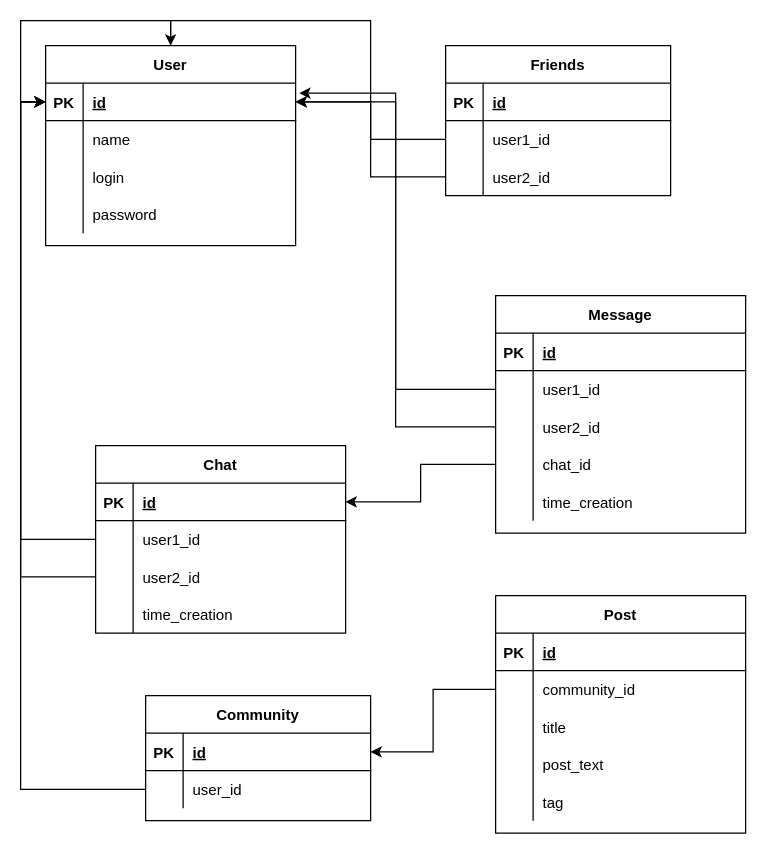
Above: Диаграмма без названия.drawio in Barashek-1507/SRDandA (draw.io), before the change. Source tidied: cells renumbered, new cells numbered last; positions are measured from the earlier drawing's top-left corner, leaving out a move shared by most shapes. Both pictures are drawn from the tidied source at 125%, with x=0, y=0 at pixel (45, 45).
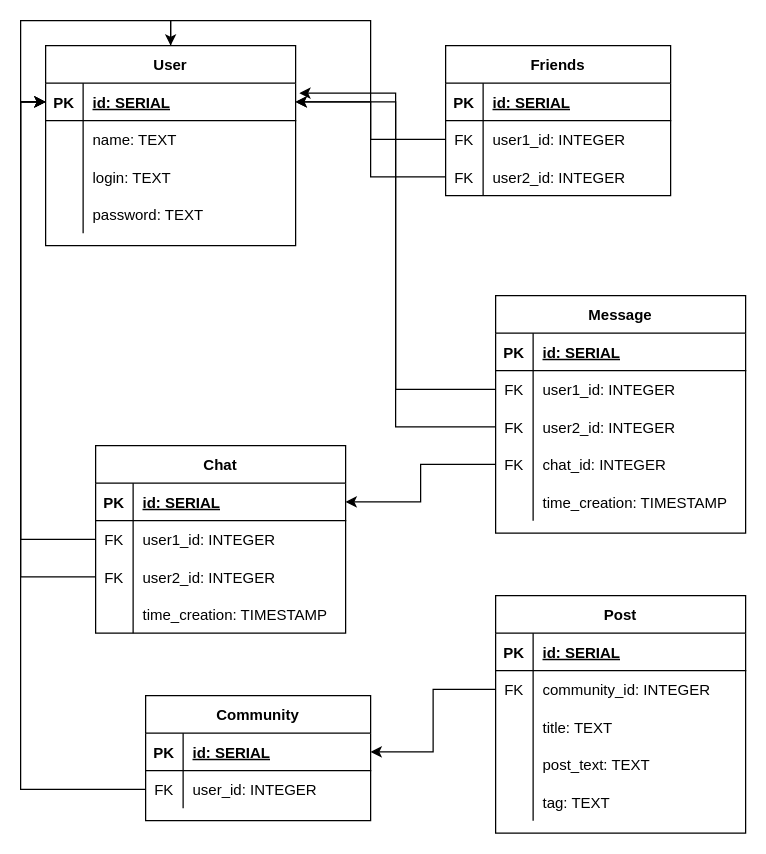
The same page after the edit.

Unchanged cells that the change refers to:
```xml
<mxCell id="3" style="shape=partialRectangle;fillColor=none;top=0;left=0;bottom=1;right=0;" parent="2" vertex="1">
  <mxGeometry y="30" width="200" height="30" as="geometry" />
</mxCell>
<mxCell id="6" style="shape=partialRectangle;fillColor=none;top=0;left=0;bottom=0;right=0;points=[[0,0.5],[1,0.5]];portConstraint=eastwest;" parent="2" vertex="1">
  <mxGeometry y="60" width="200" height="30" as="geometry" />
</mxCell>
<mxCell id="9" style="shape=partialRectangle;fillColor=none;top=0;left=0;bottom=0;right=0;points=[[0,0.5],[1,0.5]];portConstraint=eastwest;" parent="2" vertex="1">
  <mxGeometry y="90" width="200" height="30" as="geometry" />
</mxCell>
<mxCell id="12" style="shape=partialRectangle;fillColor=none;top=0;left=0;bottom=0;right=0;points=[[0,0.5],[1,0.5]];portConstraint=eastwest;" parent="2" vertex="1">
  <mxGeometry y="120" width="200" height="30" as="geometry" />
</mxCell>
<mxCell id="15" style="shape=partialRectangle;fillColor=none;top=0;left=0;bottom=0;right=0;" parent="2" vertex="1">
  <mxGeometry y="150" width="200" height="30" as="geometry" />
</mxCell>
<mxCell id="19" style="shape=partialRectangle;fillColor=none;top=0;left=0;bottom=1;right=0;" parent="18" vertex="1">
  <mxGeometry y="30" width="180" height="30" as="geometry" />
</mxCell>
<mxCell id="22" style="shape=partialRectangle;fillColor=none;top=0;left=0;bottom=0;right=0;points=[[0,0.5],[1,0.5]];portConstraint=eastwest;" parent="18" vertex="1">
  <mxGeometry y="60" width="180" height="30" as="geometry" />
</mxCell>
<mxCell id="25" style="shape=partialRectangle;fillColor=none;top=0;left=0;bottom=0;right=0;points=[[0,0.5],[1,0.5]];portConstraint=eastwest;" parent="18" vertex="1">
  <mxGeometry y="90" width="180" height="30" as="geometry" />
</mxCell>
<mxCell id="32" style="shape=partialRectangle;fillColor=none;top=0;left=0;bottom=1;right=0;points=[[0,0.5],[1,0.5]];portConstraint=eastwest;" parent="31" vertex="1">
  <mxGeometry y="30" width="200" height="30" as="geometry" />
</mxCell>
<mxCell id="35" style="shape=partialRectangle;fillColor=none;top=0;left=0;bottom=0;right=0;points=[[0,0.5],[1,0.5]];portConstraint=eastwest;" parent="31" vertex="1">
  <mxGeometry y="60" width="200" height="30" as="geometry" />
</mxCell>
<mxCell id="38" style="shape=partialRectangle;fillColor=none;top=0;left=0;bottom=0;right=0;points=[[0,0.5],[1,0.5]];portConstraint=eastwest;" parent="31" vertex="1">
  <mxGeometry y="90" width="200" height="30" as="geometry" />
</mxCell>
<mxCell id="41" style="shape=partialRectangle;fillColor=none;top=0;left=0;bottom=0;right=0;" parent="31" vertex="1">
  <mxGeometry y="120" width="200" height="30" as="geometry" />
</mxCell>
<mxCell id="47" style="shape=partialRectangle;fillColor=none;top=0;left=0;bottom=1;right=0;points=[[0,0.5],[1,0.5]];portConstraint=eastwest;" parent="46" vertex="1">
  <mxGeometry y="30" width="200" height="30" as="geometry" />
</mxCell>
<mxCell id="50" style="shape=partialRectangle;fillColor=none;top=0;left=0;bottom=0;right=0;" parent="46" vertex="1">
  <mxGeometry y="60" width="200" height="30" as="geometry" />
</mxCell>
<mxCell id="53" style="shape=partialRectangle;fillColor=none;top=0;left=0;bottom=0;right=0;" parent="46" vertex="1">
  <mxGeometry y="90" width="200" height="30" as="geometry" />
</mxCell>
<mxCell id="56" style="shape=partialRectangle;fillColor=none;top=0;left=0;bottom=0;right=0;" parent="46" vertex="1">
  <mxGeometry y="120" width="200" height="30" as="geometry" />
</mxCell>
<mxCell id="63" style="shape=partialRectangle;fillColor=none;top=0;left=0;bottom=1;right=0;" parent="62" vertex="1">
  <mxGeometry y="30" width="200" height="30" as="geometry" />
</mxCell>
<mxCell id="66" style="shape=partialRectangle;fillColor=none;top=0;left=0;bottom=0;right=0;points=[[0,0.5],[1,0.5]];portConstraint=eastwest;" parent="62" vertex="1">
  <mxGeometry y="60" width="200" height="30" as="geometry" />
</mxCell>
<mxCell id="69" style="shape=partialRectangle;fillColor=none;top=0;left=0;bottom=0;right=0;" parent="62" vertex="1">
  <mxGeometry y="90" width="200" height="30" as="geometry" />
</mxCell>
<mxCell id="72" style="shape=partialRectangle;fillColor=none;top=0;left=0;bottom=0;right=0;" parent="62" vertex="1">
  <mxGeometry y="120" width="200" height="30" as="geometry" />
</mxCell>
<mxCell id="75" style="shape=partialRectangle;fillColor=none;top=0;left=0;bottom=0;right=0;" parent="62" vertex="1">
  <mxGeometry y="150" width="200" height="30" as="geometry" />
</mxCell>
<mxCell id="79" style="shape=partialRectangle;fillColor=none;top=0;left=0;bottom=1;right=0;points=[[0,0.5],[1,0.5]];portConstraint=eastwest;" parent="78" vertex="1">
  <mxGeometry y="30" width="180" height="30" as="geometry" />
</mxCell>
<mxCell id="82" style="shape=partialRectangle;fillColor=none;top=0;left=0;bottom=0;right=0;points=[[0,0.5],[1,0.5]];portConstraint=eastwest;" parent="78" vertex="1">
  <mxGeometry y="60" width="180" height="30" as="geometry" />
</mxCell>
```

Diff of the diagram source:
```diff
@@
-    <mxCell id="5" value="id" style="shape=partialRectangle;fillColor=none;top=0;left=0;bottom=0;right=0;align=left;spacingLeft=6;fontStyle=5;overflow=hidden;" parent="3" vertex="1">
+    <mxCell id="5" value="id: SERIAL" style="shape=partialRectangle;fillColor=none;top=0;left=0;bottom=0;right=0;align=left;spacingLeft=6;fontStyle=5;overflow=hidden;" parent="3" vertex="1">
       <mxGeometry x="30" width="170" height="30" as="geometry" />
     </mxCell>
@@
-    <mxCell id="7" style="shape=partialRectangle;fillColor=none;top=0;left=0;bottom=0;right=0;overflow=hidden;" parent="6" vertex="1">
+    <mxCell id="7" value="FK" style="shape=partialRectangle;fillColor=none;top=0;left=0;bottom=0;right=0;overflow=hidden;" parent="6" vertex="1">
       <mxGeometry width="30" height="30" as="geometry" />
     </mxCell>
-    <mxCell id="8" value="user1_id" style="shape=partialRectangle;fillColor=none;top=0;left=0;bottom=0;right=0;align=left;spacingLeft=6;overflow=hidden;" parent="6" vertex="1">
+    <mxCell id="8" value="user1_id: INTEGER" style="shape=partialRectangle;fillColor=none;top=0;left=0;bottom=0;right=0;align=left;spacingLeft=6;overflow=hidden;" parent="6" vertex="1">
       <mxGeometry x="30" width="170" height="30" as="geometry" />
     </mxCell>
@@
-    <mxCell id="10" style="shape=partialRectangle;fillColor=none;top=0;left=0;bottom=0;right=0;overflow=hidden;" parent="9" vertex="1">
+    <mxCell id="10" value="FK" style="shape=partialRectangle;fillColor=none;top=0;left=0;bottom=0;right=0;overflow=hidden;" parent="9" vertex="1">
       <mxGeometry width="30" height="30" as="geometry" />
     </mxCell>
-    <mxCell id="11" value="user2_id" style="shape=partialRectangle;fillColor=none;top=0;left=0;bottom=0;right=0;align=left;spacingLeft=6;overflow=hidden;" parent="9" vertex="1">
+    <mxCell id="11" value="user2_id: INTEGER" style="shape=partialRectangle;fillColor=none;top=0;left=0;bottom=0;right=0;align=left;spacingLeft=6;overflow=hidden;" parent="9" vertex="1">
       <mxGeometry x="30" width="170" height="30" as="geometry" />
     </mxCell>
@@
-    <mxCell id="13" style="shape=partialRectangle;fillColor=none;top=0;left=0;bottom=0;right=0;overflow=hidden;" parent="12" vertex="1">
+    <mxCell id="13" value="FK" style="shape=partialRectangle;fillColor=none;top=0;left=0;bottom=0;right=0;overflow=hidden;" parent="12" vertex="1">
       <mxGeometry width="30" height="30" as="geometry" />
     </mxCell>
-    <mxCell id="14" value="chat_id" style="shape=partialRectangle;fillColor=none;top=0;left=0;bottom=0;right=0;align=left;spacingLeft=6;overflow=hidden;" parent="12" vertex="1">
+    <mxCell id="14" value="chat_id: INTEGER" style="shape=partialRectangle;fillColor=none;top=0;left=0;bottom=0;right=0;align=left;spacingLeft=6;overflow=hidden;" parent="12" vertex="1">
       <mxGeometry x="30" width="170" height="30" as="geometry" />
     </mxCell>
@@
-    <mxCell id="17" value="time_creation" style="shape=partialRectangle;fillColor=none;top=0;left=0;bottom=0;right=0;align=left;spacingLeft=6;overflow=hidden;" parent="15" vertex="1">
+    <mxCell id="17" value="time_creation: TIMESTAMP" style="shape=partialRectangle;fillColor=none;top=0;left=0;bottom=0;right=0;align=left;spacingLeft=6;overflow=hidden;" parent="15" vertex="1">
       <mxGeometry x="30" width="170" height="30" as="geometry" />
     </mxCell>
@@
-    <mxCell id="21" value="id" style="shape=partialRectangle;fillColor=none;top=0;left=0;bottom=0;right=0;align=left;spacingLeft=6;fontStyle=5;overflow=hidden;" parent="19" vertex="1">
+    <mxCell id="21" value="id: SERIAL" style="shape=partialRectangle;fillColor=none;top=0;left=0;bottom=0;right=0;align=left;spacingLeft=6;fontStyle=5;overflow=hidden;" parent="19" vertex="1">
       <mxGeometry x="30" width="150" height="30" as="geometry" />
     </mxCell>
@@
-    <mxCell id="23" style="shape=partialRectangle;fillColor=none;top=0;left=0;bottom=0;right=0;overflow=hidden;" parent="22" vertex="1">
+    <mxCell id="23" value="FK" style="shape=partialRectangle;fillColor=none;top=0;left=0;bottom=0;right=0;overflow=hidden;" parent="22" vertex="1">
       <mxGeometry width="30" height="30" as="geometry" />
     </mxCell>
-    <mxCell id="24" value="user1_id" style="shape=partialRectangle;fillColor=none;top=0;left=0;bottom=0;right=0;align=left;spacingLeft=6;overflow=hidden;" parent="22" vertex="1">
+    <mxCell id="24" value="user1_id: INTEGER" style="shape=partialRectangle;fillColor=none;top=0;left=0;bottom=0;right=0;align=left;spacingLeft=6;overflow=hidden;" parent="22" vertex="1">
       <mxGeometry x="30" width="150" height="30" as="geometry" />
     </mxCell>
@@
-    <mxCell id="26" style="shape=partialRectangle;fillColor=none;top=0;left=0;bottom=0;right=0;overflow=hidden;" parent="25" vertex="1">
+    <mxCell id="26" value="FK" style="shape=partialRectangle;fillColor=none;top=0;left=0;bottom=0;right=0;overflow=hidden;" parent="25" vertex="1">
       <mxGeometry width="30" height="30" as="geometry" />
     </mxCell>
-    <mxCell id="27" value="user2_id" style="shape=partialRectangle;fillColor=none;top=0;left=0;bottom=0;right=0;align=left;spacingLeft=6;overflow=hidden;" parent="25" vertex="1">
+    <mxCell id="27" value="user2_id: INTEGER" style="shape=partialRectangle;fillColor=none;top=0;left=0;bottom=0;right=0;align=left;spacingLeft=6;overflow=hidden;" parent="25" vertex="1">
       <mxGeometry x="30" width="150" height="30" as="geometry" />
     </mxCell>
@@
-    <mxCell id="34" value="id" style="shape=partialRectangle;fillColor=none;top=0;left=0;bottom=0;right=0;align=left;spacingLeft=6;fontStyle=5;overflow=hidden;" parent="32" vertex="1">
+    <mxCell id="34" value="id: SERIAL" style="shape=partialRectangle;fillColor=none;top=0;left=0;bottom=0;right=0;align=left;spacingLeft=6;fontStyle=5;overflow=hidden;" parent="32" vertex="1">
       <mxGeometry x="30" width="170" height="30" as="geometry" />
     </mxCell>
@@
-    <mxCell id="36" style="shape=partialRectangle;fillColor=none;top=0;left=0;bottom=0;right=0;overflow=hidden;" parent="35" vertex="1">
+    <mxCell id="36" value="FK" style="shape=partialRectangle;fillColor=none;top=0;left=0;bottom=0;right=0;overflow=hidden;" parent="35" vertex="1">
       <mxGeometry width="30" height="30" as="geometry" />
     </mxCell>
-    <mxCell id="37" value="user1_id" style="shape=partialRectangle;fillColor=none;top=0;left=0;bottom=0;right=0;align=left;spacingLeft=6;overflow=hidden;" parent="35" vertex="1">
+    <mxCell id="37" value="user1_id: INTEGER" style="shape=partialRectangle;fillColor=none;top=0;left=0;bottom=0;right=0;align=left;spacingLeft=6;overflow=hidden;" parent="35" vertex="1">
       <mxGeometry x="30" width="170" height="30" as="geometry" />
     </mxCell>
@@
-    <mxCell id="39" style="shape=partialRectangle;fillColor=none;top=0;left=0;bottom=0;right=0;overflow=hidden;" parent="38" vertex="1">
+    <mxCell id="39" value="FK" style="shape=partialRectangle;fillColor=none;top=0;left=0;bottom=0;right=0;overflow=hidden;" parent="38" vertex="1">
       <mxGeometry width="30" height="30" as="geometry" />
     </mxCell>
-    <mxCell id="40" value="user2_id" style="shape=partialRectangle;fillColor=none;top=0;left=0;bottom=0;right=0;align=left;spacingLeft=6;overflow=hidden;" parent="38" vertex="1">
+    <mxCell id="40" value="user2_id: INTEGER" style="shape=partialRectangle;fillColor=none;top=0;left=0;bottom=0;right=0;align=left;spacingLeft=6;overflow=hidden;" parent="38" vertex="1">
       <mxGeometry x="30" width="170" height="30" as="geometry" />
     </mxCell>
@@
-    <mxCell id="43" value="time_creation" style="shape=partialRectangle;fillColor=none;top=0;left=0;bottom=0;right=0;align=left;spacingLeft=6;overflow=hidden;" parent="41" vertex="1">
+    <mxCell id="43" value="time_creation: TIMESTAMP" style="shape=partialRectangle;fillColor=none;top=0;left=0;bottom=0;right=0;align=left;spacingLeft=6;overflow=hidden;" parent="41" vertex="1">
       <mxGeometry x="30" width="170" height="30" as="geometry" />
     </mxCell>
@@
-    <mxCell id="49" value="id" style="shape=partialRectangle;fillColor=none;top=0;left=0;bottom=0;right=0;align=left;spacingLeft=6;fontStyle=5;overflow=hidden;" parent="47" vertex="1">
+    <mxCell id="49" value="id: SERIAL" style="shape=partialRectangle;fillColor=none;top=0;left=0;bottom=0;right=0;align=left;spacingLeft=6;fontStyle=5;overflow=hidden;" parent="47" vertex="1">
       <mxGeometry x="30" width="170" height="30" as="geometry" />
     </mxCell>
@@
-    <mxCell id="52" value="name" style="shape=partialRectangle;fillColor=none;top=0;left=0;bottom=0;right=0;align=left;spacingLeft=6;overflow=hidden;" parent="50" vertex="1">
+    <mxCell id="52" value="name: TEXT" style="shape=partialRectangle;fillColor=none;top=0;left=0;bottom=0;right=0;align=left;spacingLeft=6;overflow=hidden;" parent="50" vertex="1">
       <mxGeometry x="30" width="170" height="30" as="geometry" />
     </mxCell>
@@
-    <mxCell id="55" value="login" style="shape=partialRectangle;fillColor=none;top=0;left=0;bottom=0;right=0;align=left;spacingLeft=6;overflow=hidden;" parent="53" vertex="1">
+    <mxCell id="55" value="login: TEXT" style="shape=partialRectangle;fillColor=none;top=0;left=0;bottom=0;right=0;align=left;spacingLeft=6;overflow=hidden;" parent="53" vertex="1">
       <mxGeometry x="30" width="170" height="30" as="geometry" />
     </mxCell>
@@
-    <mxCell id="58" value="password" style="shape=partialRectangle;fillColor=none;top=0;left=0;bottom=0;right=0;align=left;spacingLeft=6;overflow=hidden;" parent="56" vertex="1">
+    <mxCell id="58" value="password: TEXT" style="shape=partialRectangle;fillColor=none;top=0;left=0;bottom=0;right=0;align=left;spacingLeft=6;overflow=hidden;" parent="56" vertex="1">
       <mxGeometry x="30" width="170" height="30" as="geometry" />
     </mxCell>
@@
-    <mxCell id="65" value="id" style="shape=partialRectangle;fillColor=none;top=0;left=0;bottom=0;right=0;align=left;spacingLeft=6;fontStyle=5;overflow=hidden;" parent="63" vertex="1">
+    <mxCell id="65" value="id: SERIAL" style="shape=partialRectangle;fillColor=none;top=0;left=0;bottom=0;right=0;align=left;spacingLeft=6;fontStyle=5;overflow=hidden;" parent="63" vertex="1">
       <mxGeometry x="30" width="170" height="30" as="geometry" />
     </mxCell>
@@
-    <mxCell id="67" style="shape=partialRectangle;fillColor=none;top=0;left=0;bottom=0;right=0;overflow=hidden;" parent="66" vertex="1">
+    <mxCell id="67" value="FK" style="shape=partialRectangle;fillColor=none;top=0;left=0;bottom=0;right=0;overflow=hidden;" parent="66" vertex="1">
       <mxGeometry width="30" height="30" as="geometry" />
     </mxCell>
-    <mxCell id="68" value="community_id" style="shape=partialRectangle;fillColor=none;top=0;left=0;bottom=0;right=0;align=left;spacingLeft=6;overflow=hidden;" parent="66" vertex="1">
+    <mxCell id="68" value="community_id: INTEGER" style="shape=partialRectangle;fillColor=none;top=0;left=0;bottom=0;right=0;align=left;spacingLeft=6;overflow=hidden;" parent="66" vertex="1">
       <mxGeometry x="30" width="170" height="30" as="geometry" />
     </mxCell>
@@
-    <mxCell id="71" value="title" style="shape=partialRectangle;fillColor=none;top=0;left=0;bottom=0;right=0;align=left;spacingLeft=6;overflow=hidden;" parent="69" vertex="1">
+    <mxCell id="71" value="title: TEXT" style="shape=partialRectangle;fillColor=none;top=0;left=0;bottom=0;right=0;align=left;spacingLeft=6;overflow=hidden;" parent="69" vertex="1">
       <mxGeometry x="30" width="170" height="30" as="geometry" />
     </mxCell>
@@
-    <mxCell id="74" value="post_text" style="shape=partialRectangle;fillColor=none;top=0;left=0;bottom=0;right=0;align=left;spacingLeft=6;overflow=hidden;" parent="72" vertex="1">
+    <mxCell id="74" value="post_text: TEXT" style="shape=partialRectangle;fillColor=none;top=0;left=0;bottom=0;right=0;align=left;spacingLeft=6;overflow=hidden;" parent="72" vertex="1">
       <mxGeometry x="30" width="170" height="30" as="geometry" />
     </mxCell>
@@
-    <mxCell id="77" value="tag" style="shape=partialRectangle;fillColor=none;top=0;left=0;bottom=0;right=0;align=left;spacingLeft=6;overflow=hidden;" parent="75" vertex="1">
+    <mxCell id="77" value="tag: TEXT" style="shape=partialRectangle;fillColor=none;top=0;left=0;bottom=0;right=0;align=left;spacingLeft=6;overflow=hidden;" parent="75" vertex="1">
       <mxGeometry x="30" width="170" height="30" as="geometry" />
     </mxCell>
@@
-    <mxCell id="81" value="id" style="shape=partialRectangle;fillColor=none;top=0;left=0;bottom=0;right=0;align=left;spacingLeft=6;fontStyle=5;overflow=hidden;" parent="79" vertex="1">
+    <mxCell id="81" value="id: SERIAL" style="shape=partialRectangle;fillColor=none;top=0;left=0;bottom=0;right=0;align=left;spacingLeft=6;fontStyle=5;overflow=hidden;" parent="79" vertex="1">
       <mxGeometry x="30" width="150" height="30" as="geometry" />
     </mxCell>
@@
-    <mxCell id="83" style="shape=partialRectangle;fillColor=none;top=0;left=0;bottom=0;right=0;overflow=hidden;" parent="82" vertex="1">
+    <mxCell id="83" value="FK" style="shape=partialRectangle;fillColor=none;top=0;left=0;bottom=0;right=0;overflow=hidden;" parent="82" vertex="1">
       <mxGeometry width="30" height="30" as="geometry" />
     </mxCell>
-    <mxCell id="84" value="user_id" style="shape=partialRectangle;fillColor=none;top=0;left=0;bottom=0;right=0;align=left;spacingLeft=6;overflow=hidden;" parent="82" vertex="1">
+    <mxCell id="84" value="user_id: INTEGER" style="shape=partialRectangle;fillColor=none;top=0;left=0;bottom=0;right=0;align=left;spacingLeft=6;overflow=hidden;" parent="82" vertex="1">
       <mxGeometry x="30" width="150" height="30" as="geometry" />
     </mxCell>
```
